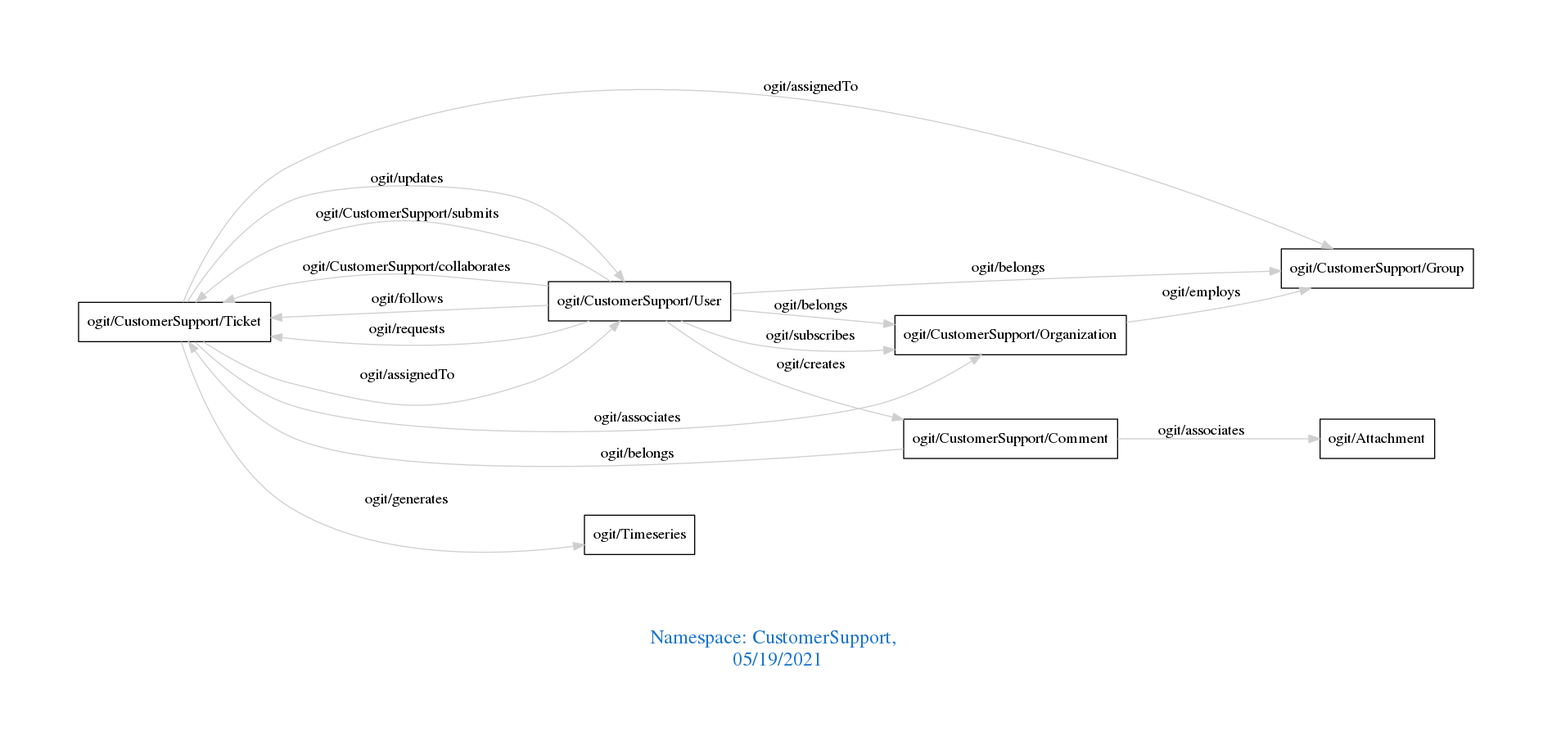
This is downloads/CustomerSupport.png from arago/OGIT, a Graphviz export, as it was before one commit. Its source is kept beside it as downloads/CustomerSupport.dot.
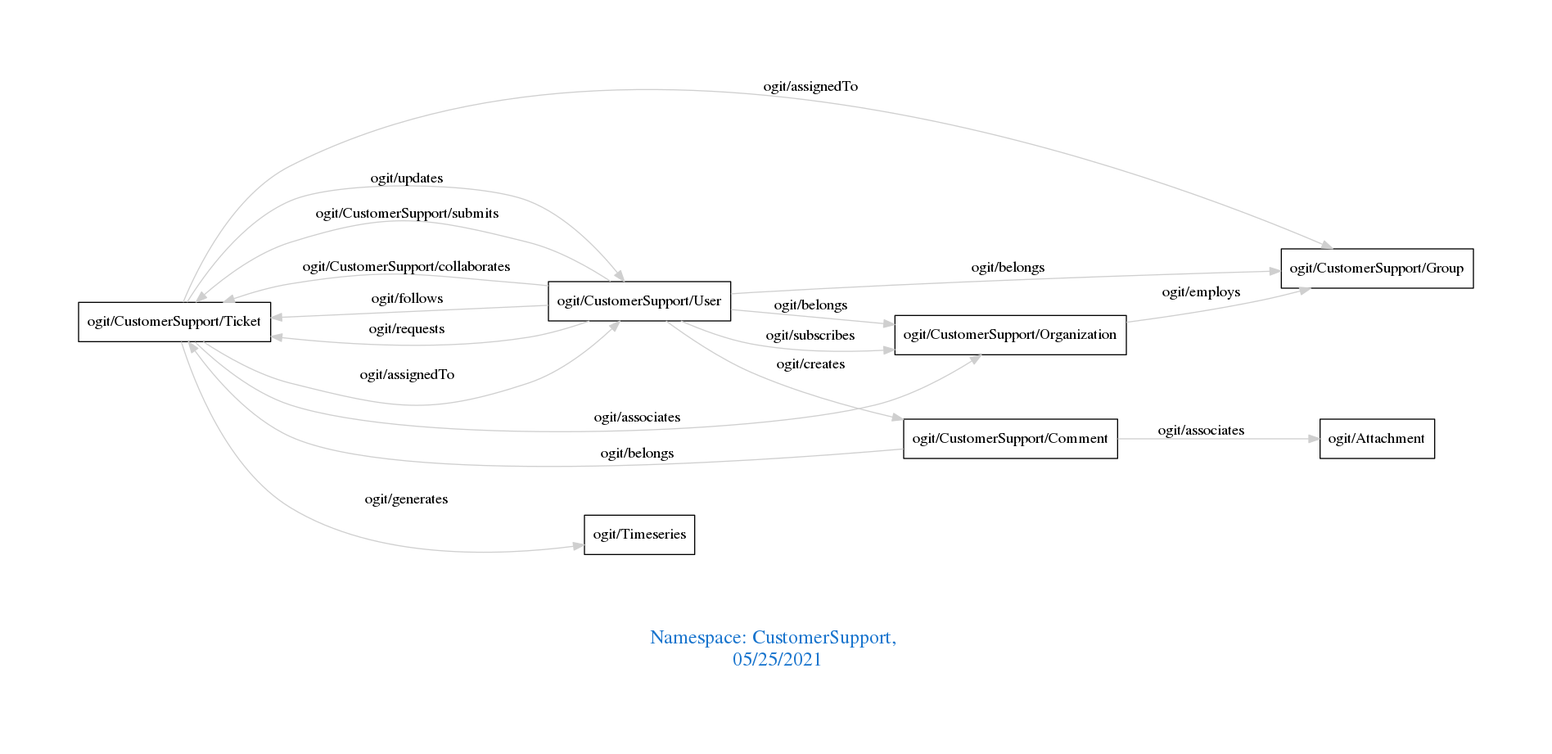
The same diagram one commit later.

What changed in the source:
```diff
@@ -1,7 +1,7 @@
 digraph OGIT_ontology {
  graph [ rankdir= LR,pad=1
 fontsize = 18,
-fontcolor= dodgerblue3,label = "\n\n\nNamespace: CustomerSupport, \n 05/19/2021"];
+fontcolor= dodgerblue3,label = "\n\n\nNamespace: CustomerSupport, \n 05/25/2021"];
 node[shape=polygon];
 edge [  color="gray81"];
 
```
